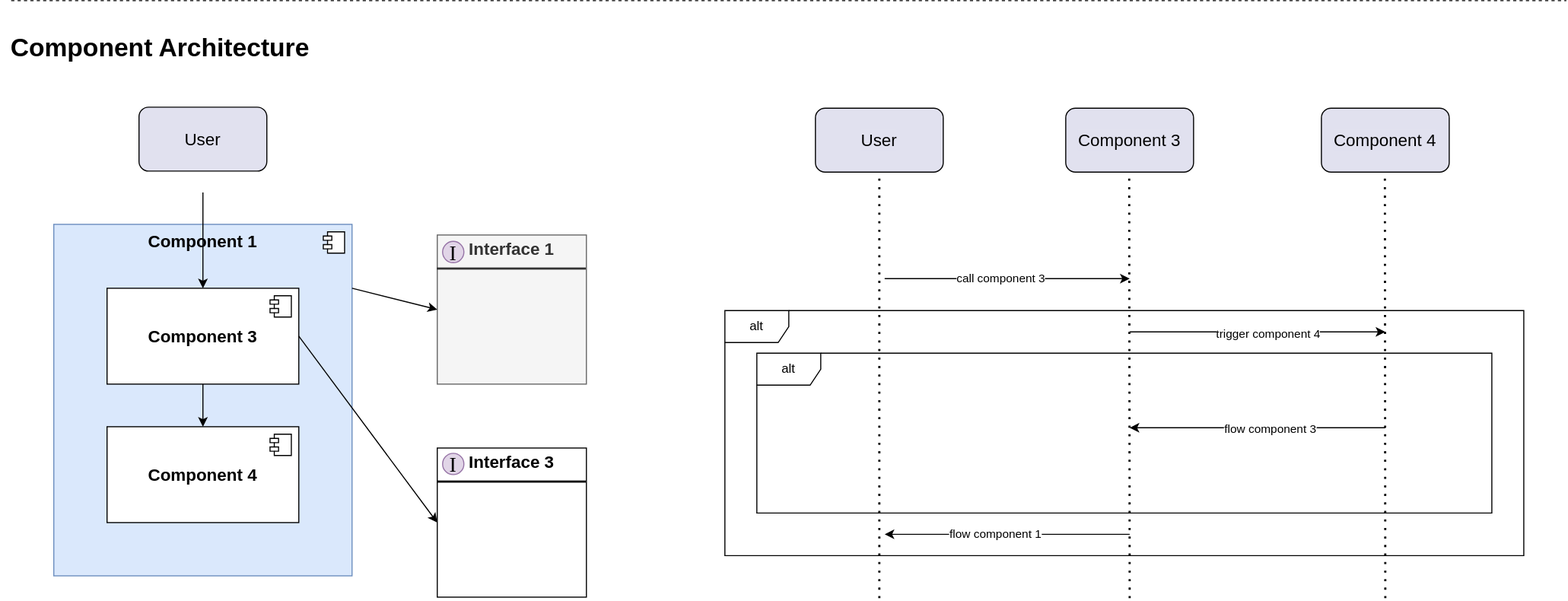
This is pr-54/_images/safety_analysis_component.drawio.svg from eclipse-score/process_description, a draw.io export, as it was before one commit. Source tidied: cells renumbered, new cells last; positions are measured from the earlier drawing's top-left corner, leaving out a move shared by most shapes.
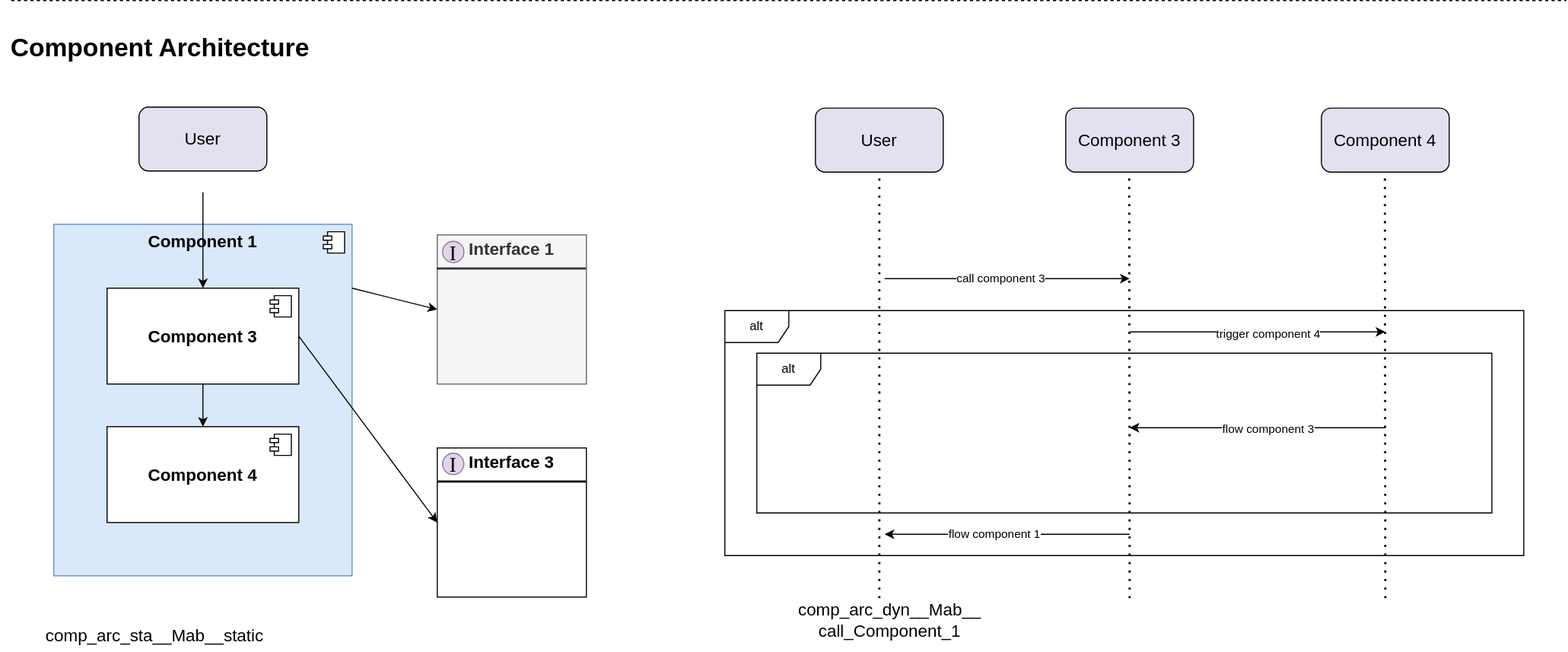
The same file after the commit.

What changed in the source:
```diff
@@ -146,5 +146,11 @@
     <mxCell id="35" value="I" style="ellipse;whiteSpace=wrap;html=1;fillColor=#e1d5e7;strokeColor=#9673a6;fontSize=20;fontFamily=Verdana;" parent="1" vertex="1">
       <mxGeometry x="415" y="425" width="20" height="20" as="geometry" />
     </mxCell>
+    <mxCell id="36" value="comp_arc_sta__Mab__static" style="text;html=1;align=center;verticalAlign=middle;whiteSpace=wrap;rounded=0;fontSize=16;" parent="1" vertex="1">
+      <mxGeometry x="100" y="581" width="90" height="30" as="geometry" />
+    </mxCell>
+    <mxCell id="37" value="comp_arc_dyn__Mab__&lt;span style=&quot;color: rgb(0, 0, 0);&quot;&gt;call_Component_1&lt;/span&gt;" style="text;html=1;align=center;verticalAlign=middle;whiteSpace=wrap;rounded=0;fontSize=16;" parent="1" vertex="1">
+      <mxGeometry x="790" y="567" width="90" height="30" as="geometry" />
+    </mxCell>
   </root>
 </mxGraphModel>
```
